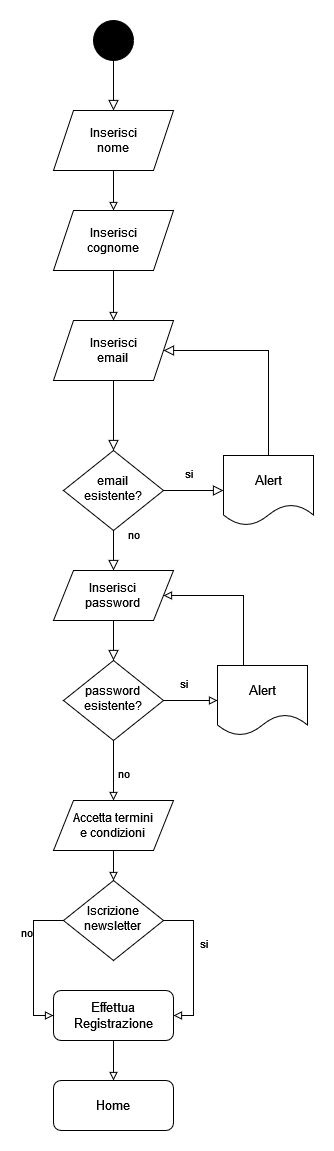
Above: docs/mockups/registrazione.png in pietroolivi/urbankicks (draw.io), before the change. Source tidied: cells renumbered, new cells last; positions are measured from the earlier drawing's top-left corner, leaving out a move shared by most shapes. Its diagram source:
```xml
<mxGraphModel>
  <root>
    <mxCell id="0" />
    <mxCell id="1" parent="0" />
    <mxCell id="2" style="rounded=0;html=1;jettySize=auto;fontSize=11;endArrow=block;endFill=0;endSize=8;strokeWidth=1;shadow=0;labelBackgroundColor=none;edgeStyle=orthogonalEdgeStyle;entryX=0.5;entryY=0;entryDx=0;entryDy=0;exitX=0.5;exitY=1;exitDx=0;exitDy=0;" parent="1" edge="1" source="14" target="9">
      <mxGeometry relative="1" as="geometry" />
    </mxCell>
    <mxCell id="3" style="rounded=0;html=1;jettySize=auto;fontSize=11;endArrow=block;endFill=0;endSize=8;strokeWidth=1;shadow=0;labelBackgroundColor=none;edgeStyle=orthogonalEdgeStyle;exitX=0.5;exitY=1;exitDx=0;exitDy=0;" parent="1" edge="1" source="16" target="7">
      <mxGeometry y="20" relative="1" as="geometry" />
    </mxCell>
    <mxCell id="4" value="no" style="rounded=0;html=1;jettySize=auto;fontSize=11;endArrow=block;endFill=0;endSize=8;strokeWidth=1;shadow=0;labelBackgroundColor=none;edgeStyle=orthogonalEdgeStyle;entryX=0.5;entryY=0;entryDx=0;entryDy=0;" parent="1" edge="1" source="7" target="11">
      <mxGeometry x="-0.78" y="20" relative="1" as="geometry" />
    </mxCell>
    <mxCell id="5" style="edgeLabel;html=1;align=center;verticalAlign=middle;strokeColor=default;fontFamily=Helvetica;fontSize=11;fontColor=default;labelBackgroundColor=default;fillColor=#000000;" parent="4" vertex="1">
      <mxGeometry x="0.5" y="26" relative="1" as="geometry" />
    </mxCell>
    <mxCell id="6" value="&lt;div&gt;si&lt;/div&gt;&lt;div&gt;&lt;br&gt;&lt;/div&gt;" style="edgeStyle=orthogonalEdgeStyle;rounded=0;html=1;jettySize=auto;fontSize=11;endArrow=block;endFill=0;endSize=8;strokeWidth=1;shadow=0;labelBackgroundColor=none;entryX=0;entryY=0.5;entryDx=0;entryDy=0;" parent="1" edge="1" source="7" target="13">
      <mxGeometry x="-0.18" y="10" relative="1" as="geometry" />
    </mxCell>
    <mxCell id="7" value="&lt;div&gt;email&lt;br&gt;&lt;/div&gt;&lt;div&gt;esistente?&lt;br&gt;&lt;/div&gt;" style="rhombus;whiteSpace=wrap;html=1;shadow=0;fontFamily=Helvetica;fontSize=12;align=center;strokeWidth=1;spacing=6;spacingTop=-4;" parent="1" vertex="1">
      <mxGeometry x="30" y="430" width="100" height="80" as="geometry" />
    </mxCell>
    <mxCell id="8" style="edgeStyle=orthogonalEdgeStyle;rounded=0;jettySize=auto;html=1;entryX=0.5;entryY=0;entryDx=0;entryDy=0;endArrow=block;endFill=0;" parent="1" edge="1" source="9" target="15">
      <mxGeometry relative="1" as="geometry" />
    </mxCell>
    <mxCell id="9" value="&lt;div&gt;Inserisci&lt;/div&gt;&lt;div&gt;nome&lt;br&gt;&lt;/div&gt;" style="shape=parallelogram;perimeter=parallelogramPerimeter;whiteSpace=wrap;html=1;fixedSize=1;" parent="1" vertex="1">
      <mxGeometry x="20" y="90" width="120" height="60" as="geometry" />
    </mxCell>
    <mxCell id="10" style="edgeStyle=orthogonalEdgeStyle;shape=connector;rounded=0;jettySize=auto;html=1;entryX=0.5;entryY=0;entryDx=0;entryDy=0;strokeColor=default;align=center;verticalAlign=middle;fontFamily=Helvetica;fontSize=11;fontColor=default;labelBackgroundColor=default;endArrow=block;endFill=0;endSize=8;" parent="1" edge="1" source="11" target="20">
      <mxGeometry relative="1" as="geometry" />
    </mxCell>
    <mxCell id="11" value="&lt;div&gt;Inserisci&lt;/div&gt;&lt;div&gt;password&lt;br&gt;&lt;/div&gt;" style="shape=parallelogram;perimeter=parallelogramPerimeter;whiteSpace=wrap;html=1;fixedSize=1;" parent="1" vertex="1">
      <mxGeometry x="20" y="550" width="120" height="50" as="geometry" />
    </mxCell>
    <mxCell id="12" style="edgeStyle=orthogonalEdgeStyle;shape=connector;rounded=0;jettySize=auto;html=1;strokeColor=default;align=center;verticalAlign=middle;fontFamily=Helvetica;fontSize=11;fontColor=default;labelBackgroundColor=default;endArrow=block;endFill=0;endSize=8;exitX=0.5;exitY=0;exitDx=0;exitDy=0;entryX=1;entryY=0.5;entryDx=0;entryDy=0;" parent="1" edge="1" source="13" target="16">
      <mxGeometry relative="1" as="geometry">
        <Array as="points">
          <mxPoint x="235" y="330" />
        </Array>
      </mxGeometry>
    </mxCell>
    <mxCell id="13" value="&lt;div&gt;&lt;font style=&quot;font-size: 13px;&quot;&gt;Alert&lt;/font&gt;&lt;/div&gt;" style="shape=document;whiteSpace=wrap;html=1;boundedLbl=1;fontFamily=Helvetica;fontSize=11;fontColor=default;labelBackgroundColor=default;" parent="1" vertex="1">
      <mxGeometry x="190" y="435" width="90" height="70" as="geometry" />
    </mxCell>
    <mxCell id="14" style="ellipse;whiteSpace=wrap;html=1;fillColor=#000000;" parent="1" vertex="1">
      <mxGeometry x="60" width="40" height="40" as="geometry" />
    </mxCell>
    <mxCell id="15" value="&lt;div&gt;Inserisci&lt;/div&gt;&lt;div&gt;cognome&lt;/div&gt;" style="shape=parallelogram;perimeter=parallelogramPerimeter;whiteSpace=wrap;html=1;fixedSize=1;" parent="1" vertex="1">
      <mxGeometry x="20" y="190" width="120" height="60" as="geometry" />
    </mxCell>
    <mxCell id="16" value="&lt;div&gt;Inserisci&lt;/div&gt;&lt;div&gt;email&lt;br&gt;&lt;/div&gt;" style="shape=parallelogram;perimeter=parallelogramPerimeter;whiteSpace=wrap;html=1;fixedSize=1;" parent="1" vertex="1">
      <mxGeometry x="20" y="300" width="120" height="60" as="geometry" />
    </mxCell>
    <mxCell id="17" style="edgeStyle=orthogonalEdgeStyle;shape=connector;rounded=0;jettySize=auto;html=1;entryX=0.5;entryY=0;entryDx=0;entryDy=0;strokeColor=default;align=center;verticalAlign=middle;fontFamily=Helvetica;fontSize=11;fontColor=default;labelBackgroundColor=default;endArrow=block;endFill=0;" parent="1" edge="1" source="15" target="16">
      <mxGeometry relative="1" as="geometry" />
    </mxCell>
    <mxCell id="18" style="edgeStyle=orthogonalEdgeStyle;shape=connector;rounded=0;jettySize=auto;html=1;entryX=0;entryY=0.5;entryDx=0;entryDy=0;strokeColor=default;align=center;verticalAlign=middle;fontFamily=Helvetica;fontSize=11;fontColor=default;labelBackgroundColor=default;endArrow=block;endFill=0;" parent="1" edge="1" source="20" target="22">
      <mxGeometry relative="1" as="geometry" />
    </mxCell>
    <mxCell id="19" style="edgeStyle=orthogonalEdgeStyle;shape=connector;rounded=0;jettySize=auto;html=1;strokeColor=default;align=center;verticalAlign=middle;fontFamily=Helvetica;fontSize=11;fontColor=default;labelBackgroundColor=default;endArrow=block;endFill=0;entryX=0.5;entryY=0;entryDx=0;entryDy=0;" parent="1" edge="1" source="20" target="26">
      <mxGeometry relative="1" as="geometry" />
    </mxCell>
    <mxCell id="20" value="&lt;div&gt;password&lt;/div&gt;&lt;div&gt;esistente?&lt;br&gt;&lt;/div&gt;" style="rhombus;whiteSpace=wrap;html=1;shadow=0;fontFamily=Helvetica;fontSize=12;align=center;strokeWidth=1;spacing=6;spacingTop=-4;" parent="1" vertex="1">
      <mxGeometry x="30" y="640" width="100" height="80" as="geometry" />
    </mxCell>
    <mxCell id="21" style="edgeStyle=orthogonalEdgeStyle;shape=connector;rounded=0;jettySize=auto;html=1;entryX=1;entryY=0.5;entryDx=0;entryDy=0;strokeColor=default;align=center;verticalAlign=middle;fontFamily=Helvetica;fontSize=11;fontColor=default;labelBackgroundColor=default;endArrow=block;endFill=0;" parent="1" edge="1" source="22" target="11">
      <mxGeometry relative="1" as="geometry">
        <Array as="points">
          <mxPoint x="210" y="575" />
        </Array>
      </mxGeometry>
    </mxCell>
    <mxCell id="22" value="&lt;div&gt;&lt;font style=&quot;font-size: 13px;&quot;&gt;Alert&lt;/font&gt;&lt;/div&gt;" style="shape=document;whiteSpace=wrap;html=1;boundedLbl=1;fontFamily=Helvetica;fontSize=11;fontColor=default;labelBackgroundColor=default;" parent="1" vertex="1">
      <mxGeometry x="184" y="645" width="90" height="70" as="geometry" />
    </mxCell>
    <mxCell id="23" value="si" style="text;html=1;align=center;verticalAlign=middle;strokeColor=none;fillColor=none;fontFamily=Helvetica;fontSize=11;fontColor=default;labelBackgroundColor=default;" parent="1" vertex="1">
      <mxGeometry x="135" y="648" width="30" height="30" as="geometry" />
    </mxCell>
    <mxCell id="24" value="no" style="text;html=1;align=center;verticalAlign=middle;strokeColor=none;fillColor=none;fontFamily=Helvetica;fontSize=11;fontColor=default;labelBackgroundColor=default;" parent="1" vertex="1">
      <mxGeometry x="70" y="738" width="40" height="30" as="geometry" />
    </mxCell>
    <mxCell id="25" style="edgeStyle=orthogonalEdgeStyle;shape=connector;rounded=0;jettySize=auto;html=1;strokeColor=default;align=center;verticalAlign=middle;fontFamily=Helvetica;fontSize=11;fontColor=default;labelBackgroundColor=default;endArrow=block;endFill=0;entryX=0.5;entryY=0;entryDx=0;entryDy=0;" parent="1" edge="1" source="26" target="30">
      <mxGeometry relative="1" as="geometry" />
    </mxCell>
    <mxCell id="26" value="&lt;div&gt;Accetta termini&lt;/div&gt;&lt;div&gt;e condizioni&lt;br&gt;&lt;/div&gt;" style="shape=parallelogram;perimeter=parallelogramPerimeter;whiteSpace=wrap;html=1;fixedSize=1;" parent="1" vertex="1">
      <mxGeometry x="20" y="780" width="120" height="50" as="geometry" />
    </mxCell>
    <mxCell id="27" style="edgeStyle=orthogonalEdgeStyle;shape=connector;rounded=0;jettySize=auto;html=1;entryX=0;entryY=0.5;entryDx=0;entryDy=0;strokeColor=default;align=center;verticalAlign=middle;fontFamily=Helvetica;fontSize=11;fontColor=default;labelBackgroundColor=default;endArrow=block;endFill=0;" parent="1" edge="1" source="30" target="32">
      <mxGeometry relative="1" as="geometry">
        <Array as="points">
          <mxPoint y="900" />
          <mxPoint y="995" />
        </Array>
      </mxGeometry>
    </mxCell>
    <mxCell id="28" value="no" style="edgeLabel;html=1;align=center;verticalAlign=middle;fontFamily=Helvetica;fontSize=11;fontColor=default;labelBackgroundColor=default;" parent="27" vertex="1">
      <mxGeometry x="-0.43" y="-8" relative="1" as="geometry" />
    </mxCell>
    <mxCell id="29" style="edgeStyle=orthogonalEdgeStyle;shape=connector;rounded=0;jettySize=auto;html=1;entryX=1;entryY=0.5;entryDx=0;entryDy=0;strokeColor=default;align=center;verticalAlign=middle;fontFamily=Helvetica;fontSize=11;fontColor=default;labelBackgroundColor=default;endArrow=block;endFill=0;exitX=1;exitY=0.5;exitDx=0;exitDy=0;" parent="1" edge="1" source="30" target="32">
      <mxGeometry relative="1" as="geometry" />
    </mxCell>
    <mxCell id="30" value="&lt;div&gt;Iscrizione&lt;/div&gt;&lt;div&gt;newsletter&lt;br&gt;&lt;/div&gt;" style="rhombus;whiteSpace=wrap;html=1;shadow=0;fontFamily=Helvetica;fontSize=12;align=center;strokeWidth=1;spacing=6;spacingTop=-4;" parent="1" vertex="1">
      <mxGeometry x="30" y="860" width="100" height="80" as="geometry" />
    </mxCell>
    <mxCell id="31" style="edgeStyle=orthogonalEdgeStyle;shape=connector;rounded=0;jettySize=auto;html=1;strokeColor=default;align=center;verticalAlign=middle;fontFamily=Helvetica;fontSize=11;fontColor=default;labelBackgroundColor=default;endArrow=block;endFill=0;" parent="1" edge="1" source="32" target="34">
      <mxGeometry relative="1" as="geometry" />
    </mxCell>
    <mxCell id="32" value="&lt;div style=&quot;font-size: 13px;&quot;&gt;&lt;font style=&quot;font-size: 13px;&quot;&gt;Effettua&lt;/font&gt;&lt;/div&gt;&lt;div style=&quot;font-size: 13px;&quot;&gt;&lt;font style=&quot;font-size: 13px;&quot;&gt;Registrazione&lt;/font&gt;&lt;/div&gt;" style="rounded=1;whiteSpace=wrap;html=1;fontFamily=Helvetica;fontSize=11;fontColor=default;labelBackgroundColor=default;" parent="1" vertex="1">
      <mxGeometry x="20" y="970" width="120" height="50" as="geometry" />
    </mxCell>
    <mxCell id="33" value="si" style="text;html=1;align=center;verticalAlign=middle;strokeColor=none;fillColor=none;fontFamily=Helvetica;fontSize=11;fontColor=default;labelBackgroundColor=default;" parent="1" vertex="1">
      <mxGeometry x="155" y="908" width="30" height="30" as="geometry" />
    </mxCell>
    <mxCell id="34" value="&lt;font style=&quot;font-size: 13px;&quot;&gt;Home&lt;/font&gt;" style="rounded=1;whiteSpace=wrap;html=1;fontFamily=Helvetica;fontSize=11;fontColor=default;labelBackgroundColor=default;" parent="1" vertex="1">
      <mxGeometry x="20" y="1060" width="120" height="50" as="geometry" />
    </mxCell>
  </root>
</mxGraphModel>
```
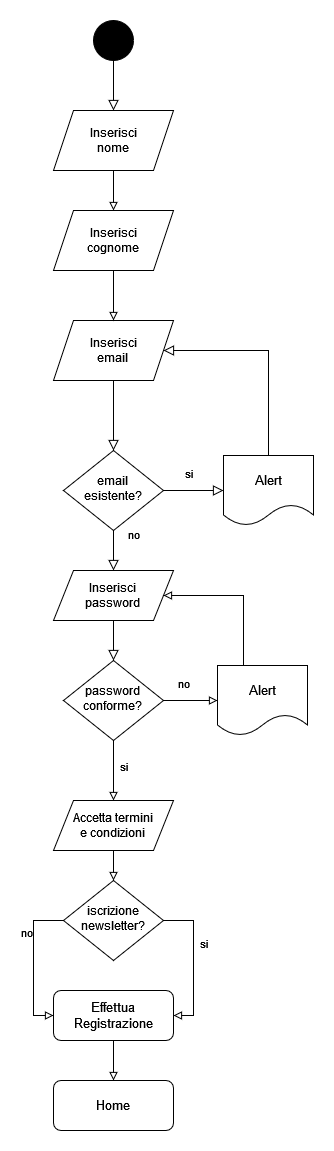
Above is the later version.

Commit message:
Added balsamiq project, fixed registrazione and acquisto prodotto flowcharts

Change to the diagram source:
```diff
@@ -60,7 +60,7 @@
     <mxCell id="19" style="edgeStyle=orthogonalEdgeStyle;shape=connector;rounded=0;jettySize=auto;html=1;strokeColor=default;align=center;verticalAlign=middle;fontFamily=Helvetica;fontSize=11;fontColor=default;labelBackgroundColor=default;endArrow=block;endFill=0;entryX=0.5;entryY=0;entryDx=0;entryDy=0;" parent="1" edge="1" source="20" target="26">
       <mxGeometry relative="1" as="geometry" />
     </mxCell>
-    <mxCell id="20" value="&lt;div&gt;password&lt;/div&gt;&lt;div&gt;esistente?&lt;br&gt;&lt;/div&gt;" style="rhombus;whiteSpace=wrap;html=1;shadow=0;fontFamily=Helvetica;fontSize=12;align=center;strokeWidth=1;spacing=6;spacingTop=-4;" parent="1" vertex="1">
+    <mxCell id="20" value="&lt;div&gt;password&lt;/div&gt;&lt;div&gt;conforme?&lt;br&gt;&lt;/div&gt;" style="rhombus;whiteSpace=wrap;html=1;shadow=0;fontFamily=Helvetica;fontSize=12;align=center;strokeWidth=1;spacing=6;spacingTop=-4;" parent="1" vertex="1">
       <mxGeometry x="30" y="640" width="100" height="80" as="geometry" />
     </mxCell>
     <mxCell id="21" style="edgeStyle=orthogonalEdgeStyle;shape=connector;rounded=0;jettySize=auto;html=1;entryX=1;entryY=0.5;entryDx=0;entryDy=0;strokeColor=default;align=center;verticalAlign=middle;fontFamily=Helvetica;fontSize=11;fontColor=default;labelBackgroundColor=default;endArrow=block;endFill=0;" parent="1" edge="1" source="22" target="11">
@@ -73,11 +73,11 @@
     <mxCell id="22" value="&lt;div&gt;&lt;font style=&quot;font-size: 13px;&quot;&gt;Alert&lt;/font&gt;&lt;/div&gt;" style="shape=document;whiteSpace=wrap;html=1;boundedLbl=1;fontFamily=Helvetica;fontSize=11;fontColor=default;labelBackgroundColor=default;" parent="1" vertex="1">
       <mxGeometry x="184" y="645" width="90" height="70" as="geometry" />
     </mxCell>
-    <mxCell id="23" value="si" style="text;html=1;align=center;verticalAlign=middle;strokeColor=none;fillColor=none;fontFamily=Helvetica;fontSize=11;fontColor=default;labelBackgroundColor=default;" parent="1" vertex="1">
-      <mxGeometry x="135" y="648" width="30" height="30" as="geometry" />
+    <mxCell id="23" value="no" style="text;html=1;align=center;verticalAlign=middle;strokeColor=none;fillColor=none;fontFamily=Helvetica;fontSize=11;fontColor=default;labelBackgroundColor=default;" parent="1" vertex="1">
+      <mxGeometry x="130" y="648" width="40" height="30" as="geometry" />
     </mxCell>
-    <mxCell id="24" value="no" style="text;html=1;align=center;verticalAlign=middle;strokeColor=none;fillColor=none;fontFamily=Helvetica;fontSize=11;fontColor=default;labelBackgroundColor=default;" parent="1" vertex="1">
-      <mxGeometry x="70" y="738" width="40" height="30" as="geometry" />
+    <mxCell id="24" value="&lt;div&gt;si&lt;/div&gt;&lt;div&gt;&lt;br&gt;&lt;/div&gt;" style="text;html=1;align=center;verticalAlign=middle;strokeColor=none;fillColor=none;fontFamily=Helvetica;fontSize=11;fontColor=default;labelBackgroundColor=default;" parent="1" vertex="1">
+      <mxGeometry x="75" y="733" width="30" height="40" as="geometry" />
     </mxCell>
     <mxCell id="25" style="edgeStyle=orthogonalEdgeStyle;shape=connector;rounded=0;jettySize=auto;html=1;strokeColor=default;align=center;verticalAlign=middle;fontFamily=Helvetica;fontSize=11;fontColor=default;labelBackgroundColor=default;endArrow=block;endFill=0;entryX=0.5;entryY=0;entryDx=0;entryDy=0;" parent="1" edge="1" source="26" target="30">
       <mxGeometry relative="1" as="geometry" />
@@ -99,7 +99,7 @@
     <mxCell id="29" style="edgeStyle=orthogonalEdgeStyle;shape=connector;rounded=0;jettySize=auto;html=1;entryX=1;entryY=0.5;entryDx=0;entryDy=0;strokeColor=default;align=center;verticalAlign=middle;fontFamily=Helvetica;fontSize=11;fontColor=default;labelBackgroundColor=default;endArrow=block;endFill=0;exitX=1;exitY=0.5;exitDx=0;exitDy=0;" parent="1" edge="1" source="30" target="32">
       <mxGeometry relative="1" as="geometry" />
     </mxCell>
-    <mxCell id="30" value="&lt;div&gt;Iscrizione&lt;/div&gt;&lt;div&gt;newsletter&lt;br&gt;&lt;/div&gt;" style="rhombus;whiteSpace=wrap;html=1;shadow=0;fontFamily=Helvetica;fontSize=12;align=center;strokeWidth=1;spacing=6;spacingTop=-4;" parent="1" vertex="1">
+    <mxCell id="30" value="&lt;div&gt;iscrizione&lt;/div&gt;&lt;div&gt;newsletter?&lt;br&gt;&lt;/div&gt;" style="rhombus;whiteSpace=wrap;html=1;shadow=0;fontFamily=Helvetica;fontSize=12;align=center;strokeWidth=1;spacing=6;spacingTop=-4;" parent="1" vertex="1">
       <mxGeometry x="30" y="860" width="100" height="80" as="geometry" />
     </mxCell>
     <mxCell id="31" style="edgeStyle=orthogonalEdgeStyle;shape=connector;rounded=0;jettySize=auto;html=1;strokeColor=default;align=center;verticalAlign=middle;fontFamily=Helvetica;fontSize=11;fontColor=default;labelBackgroundColor=default;endArrow=block;endFill=0;" parent="1" edge="1" source="32" target="34">
```
